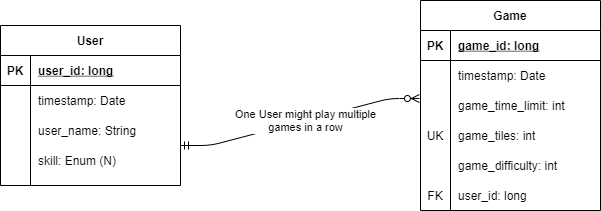
Before: docs/img/erd.png, a diagram exported from draw.io (ddc-java-13/tile-galore). Source tidied: cells renumbered, new cells last; positions are measured from the earlier drawing's top-left corner, leaving out a move shared by most shapes.
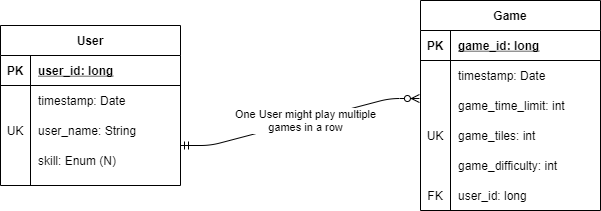
Above is the later version.

What changed in the source:
```diff
@@ -26,7 +26,7 @@
     <mxCell id="9" style="shape=partialRectangle;fillColor=none;top=0;left=0;bottom=0;right=0;" parent="2" vertex="1">
       <mxGeometry y="90" width="180" height="30" as="geometry" />
     </mxCell>
-    <mxCell id="10" style="shape=partialRectangle;fillColor=none;top=0;left=0;bottom=0;right=0;overflow=hidden;" parent="9" vertex="1">
+    <mxCell id="10" value="UK" style="shape=partialRectangle;fillColor=none;top=0;left=0;bottom=0;right=0;overflow=hidden;" parent="9" vertex="1">
       <mxGeometry width="30" height="30" as="geometry" />
     </mxCell>
     <mxCell id="11" value="user_name: String" style="shape=partialRectangle;fillColor=none;top=0;left=0;bottom=0;right=0;align=left;spacingLeft=6;overflow=hidden;" parent="9" vertex="1">
```
